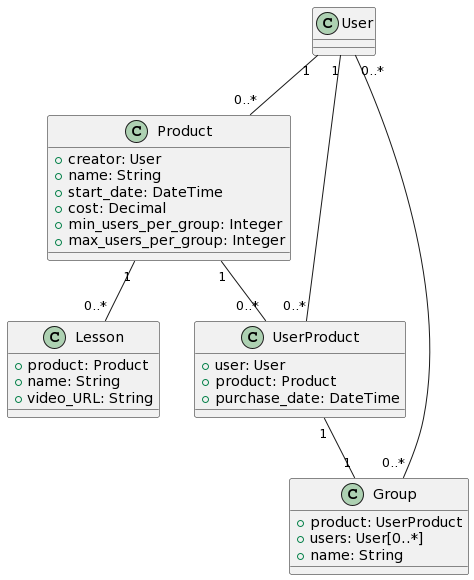
Earlier version of the PlantUML export er-diagram.png (Pav9551/django_task).
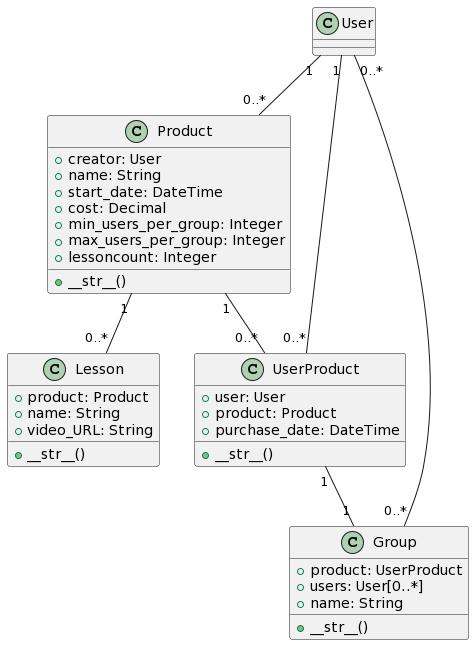
The same file after the commit.

The edit, as a diff of the source:
```diff
@@ -9,24 +9,29 @@
     + cost: Decimal
     + min_users_per_group: Integer
     + max_users_per_group: Integer
+    + lessoncount: Integer
+    + __str__()
 }
 
 class Lesson {
     + product: Product
     + name: String
     + video_URL: String
+    + __str__()
 }
 
 class UserProduct {
     + user: User
     + product: Product
     + purchase_date: DateTime
+    + __str__()
 }
 
 class Group {
     + product: UserProduct
     + users: User[0..*]
     + name: String
+    + __str__()
 }
 
 User "1" -- "0..*" Product
```
